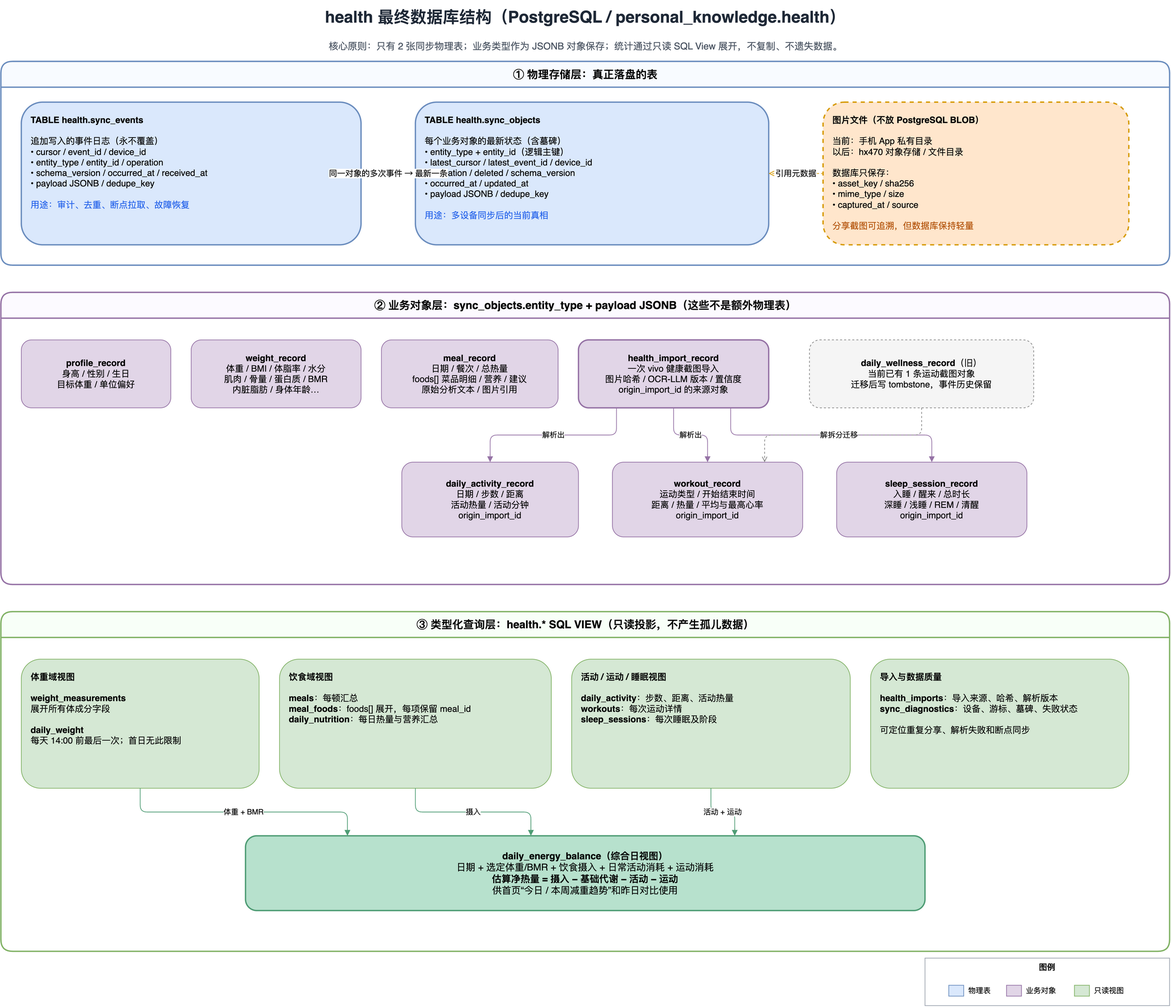
wangyendt/henji keeps this draw.io diagram as docs/health-database-final.drawio.png. Above is the earlier version. Source tidied: cells renumbered, new cells last; positions are measured from the earlier drawing's top-left corner, leaving out a move shared by most shapes.
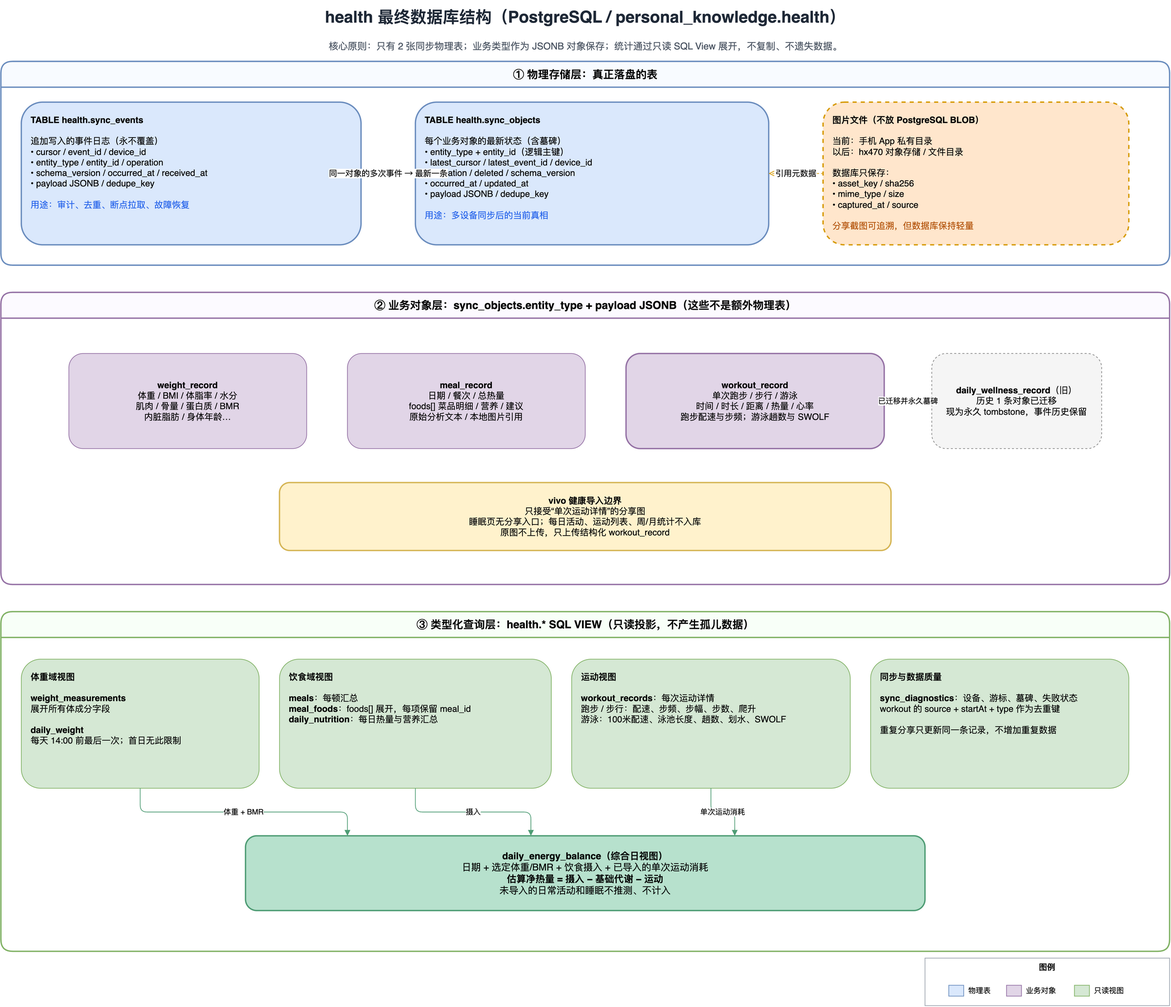
After the commit.

Change to the diagram source:
```diff
@@ -29,40 +29,22 @@
     <mxCell id="10" value="② 业务对象层：sync_objects.entity_type + payload JSONB（这些不是额外物理表）" style="swimlane;startSize=38;rounded=1;html=1;fontSize=16;fontStyle=1;fillColor=#fcfaff;strokeColor=#9673a6;strokeWidth=2;" parent="1" vertex="1">
       <mxGeometry y="430" width="1720" height="430" as="geometry" />
     </mxCell>
-    <mxCell id="11" value="&lt;b&gt;profile_record&lt;/b&gt;&#10;身高 / 性别 / 生日&#10;目标体重 / 单位偏好" style="rounded=1;whiteSpace=wrap;html=1;align=center;verticalAlign=middle;fontSize=13;fillColor=#e1d5e7;strokeColor=#9673a6;" parent="10" vertex="1">
-      <mxGeometry x="30" y="70" width="220" height="100" as="geometry" />
+    <mxCell id="11" value="&lt;b&gt;weight_record&lt;/b&gt;&#10;体重 / BMI / 体脂率 / 水分&#10;肌肉 / 骨量 / 蛋白质 / BMR&#10;内脏脂肪 / 身体年龄…" style="rounded=1;whiteSpace=wrap;html=1;align=center;verticalAlign=middle;fontSize=13;fillColor=#e1d5e7;strokeColor=#9673a6;" parent="10" vertex="1">
+      <mxGeometry x="100" y="90" width="350" height="140" as="geometry" />
     </mxCell>
-    <mxCell id="12" value="&lt;b&gt;weight_record&lt;/b&gt;&#10;体重 / BMI / 体脂率 / 水分&#10;肌肉 / 骨量 / 蛋白质 / BMR&#10;内脏脂肪 / 身体年龄…" style="rounded=1;whiteSpace=wrap;html=1;align=center;verticalAlign=middle;fontSize=13;fillColor=#e1d5e7;strokeColor=#9673a6;" parent="10" vertex="1">
-      <mxGeometry x="280" y="70" width="250" height="100" as="geometry" />
+    <mxCell id="12" value="&lt;b&gt;meal_record&lt;/b&gt;&#10;日期 / 餐次 / 总热量&#10;foods[] 菜品明细 / 营养 / 建议&#10;原始分析文本 / 本地图片引用" style="rounded=1;whiteSpace=wrap;html=1;align=center;verticalAlign=middle;fontSize=13;fillColor=#e1d5e7;strokeColor=#9673a6;" parent="10" vertex="1">
+      <mxGeometry x="510" y="90" width="350" height="140" as="geometry" />
     </mxCell>
-    <mxCell id="13" value="&lt;b&gt;meal_record&lt;/b&gt;&#10;日期 / 餐次 / 总热量&#10;foods[] 菜品明细 / 营养 / 建议&#10;原始分析文本 / 图片引用" style="rounded=1;whiteSpace=wrap;html=1;align=center;verticalAlign=middle;fontSize=13;fillColor=#e1d5e7;strokeColor=#9673a6;" parent="10" vertex="1">
-      <mxGeometry x="560" y="70" width="260" height="100" as="geometry" />
+    <mxCell id="13" value="&lt;b&gt;workout_record&lt;/b&gt;&#10;单次跑步 / 步行 / 游泳&#10;时间 / 时长 / 距离 / 热量 / 心率&#10;跑步配速与步频；游泳趟数与 SWOLF" style="rounded=1;whiteSpace=wrap;html=1;align=center;verticalAlign=middle;fontSize=13;fillColor=#e1d5e7;strokeColor=#9673a6;strokeWidth=2;" parent="10" vertex="1">
+      <mxGeometry x="920" y="90" width="380" height="140" as="geometry" />
     </mxCell>
-    <mxCell id="14" value="&lt;b&gt;health_import_record&lt;/b&gt;&#10;一次 vivo 健康截图导入&#10;图片哈希 / OCR-LLM 版本 / 置信度&#10;origin_import_id 的来源对象" style="rounded=1;whiteSpace=wrap;html=1;align=center;verticalAlign=middle;fontSize=13;fillColor=#e1d5e7;strokeColor=#9673a6;strokeWidth=2;" parent="10" vertex="1">
-      <mxGeometry x="850" y="70" width="280" height="100" as="geometry" />
+    <mxCell id="14" value="&lt;b&gt;vivo 健康导入边界&lt;/b&gt;&#10;只接受“单次运动详情”的分享图&#10;睡眠页无分享入口；每日活动、运动列表、周/月统计不入库&#10;原图不上传，只上传结构化 workout_record" style="rounded=1;whiteSpace=wrap;html=1;align=center;verticalAlign=middle;fontSize=13;fillColor=#fff2cc;strokeColor=#d6b656;strokeWidth=2;" parent="10" vertex="1">
+      <mxGeometry x="410" y="280" width="900" height="100" as="geometry" />
     </mxCell>
-    <mxCell id="15" value="&lt;b&gt;daily_wellness_record&lt;/b&gt;（旧）&#10;当前已有 1 条运动截图对象&#10;迁移后写 tombstone，事件历史保留" style="rounded=1;whiteSpace=wrap;html=1;align=center;verticalAlign=middle;fontSize=13;fillColor=#f5f5f5;strokeColor=#888888;dashed=1;" parent="10" vertex="1">
-      <mxGeometry x="1190" y="70" width="330" height="100" as="geometry" />
+    <mxCell id="15" value="&lt;b&gt;daily_wellness_record&lt;/b&gt;（旧）&#10;历史 1 条对象已迁移&#10;现为永久 tombstone，事件历史保留" style="rounded=1;whiteSpace=wrap;html=1;align=center;verticalAlign=middle;fontSize=13;fillColor=#f5f5f5;strokeColor=#888888;dashed=1;" parent="10" vertex="1">
+      <mxGeometry x="1370" y="90" width="250" height="140" as="geometry" />
     </mxCell>
-    <mxCell id="16" value="&lt;b&gt;daily_activity_record&lt;/b&gt;&#10;日期 / 步数 / 距离&#10;活动热量 / 活动分钟&#10;origin_import_id" style="rounded=1;whiteSpace=wrap;html=1;align=center;verticalAlign=middle;fontSize=13;fillColor=#e1d5e7;strokeColor=#9673a6;" parent="10" vertex="1">
-      <mxGeometry x="590" y="250" width="260" height="110" as="geometry" />
-    </mxCell>
-    <mxCell id="17" value="&lt;b&gt;workout_record&lt;/b&gt;&#10;运动类型 / 开始结束时间&#10;距离 / 热量 / 平均与最高心率&#10;origin_import_id" style="rounded=1;whiteSpace=wrap;html=1;align=center;verticalAlign=middle;fontSize=13;fillColor=#e1d5e7;strokeColor=#9673a6;" parent="10" vertex="1">
-      <mxGeometry x="900" y="250" width="280" height="110" as="geometry" />
-    </mxCell>
-    <mxCell id="18" value="&lt;b&gt;sleep_session_record&lt;/b&gt;&#10;入睡 / 醒来 / 总时长&#10;深睡 / 浅睡 / REM / 清醒&#10;origin_import_id" style="rounded=1;whiteSpace=wrap;html=1;align=center;verticalAlign=middle;fontSize=13;fillColor=#e1d5e7;strokeColor=#9673a6;" parent="10" vertex="1">
-      <mxGeometry x="1230" y="250" width="280" height="110" as="geometry" />
-    </mxCell>
-    <mxCell id="19" value="解析出" style="edgeStyle=orthogonalEdgeStyle;rounded=1;jettySize=auto;html=1;endArrow=block;endFill=1;strokeColor=#9673a6;fontSize=11;labelBackgroundColor=#ffffff;exitX=0.2;exitY=1;entryX=0.5;entryY=0;" parent="10" edge="1" source="14" target="16">
-      <mxGeometry relative="1" as="geometry" />
-    </mxCell>
-    <mxCell id="20" value="解析出" style="edgeStyle=orthogonalEdgeStyle;rounded=1;jettySize=auto;html=1;endArrow=block;endFill=1;strokeColor=#9673a6;fontSize=11;labelBackgroundColor=#ffffff;exitX=0.5;exitY=1;entryX=0.5;entryY=0;" parent="10" edge="1" source="14" target="17">
-      <mxGeometry relative="1" as="geometry" />
-    </mxCell>
-    <mxCell id="21" value="解析出" style="edgeStyle=orthogonalEdgeStyle;rounded=1;jettySize=auto;html=1;endArrow=block;endFill=1;strokeColor=#9673a6;fontSize=11;labelBackgroundColor=#ffffff;exitX=0.8;exitY=1;entryX=0.5;entryY=0;" parent="10" edge="1" source="14" target="18">
-      <mxGeometry relative="1" as="geometry" />
-    </mxCell>
-    <mxCell id="22" value="拆分迁移" style="edgeStyle=orthogonalEdgeStyle;rounded=1;jettySize=auto;html=1;endArrow=open;dashed=1;strokeColor=#888888;fontSize=11;labelBackgroundColor=#ffffff;exitX=0.5;exitY=1;entryX=0.8;entryY=0;" parent="10" edge="1" source="15" target="17">
+    <mxCell id="22" value="已迁移并永久墓碑" style="edgeStyle=orthogonalEdgeStyle;rounded=1;jettySize=auto;html=1;endArrow=open;dashed=1;strokeColor=#888888;fontSize=11;labelBackgroundColor=#ffffff;exitX=0;exitY=0.5;entryX=1;entryY=0.5;" parent="10" edge="1" source="15" target="13">
       <mxGeometry relative="1" as="geometry" />
     </mxCell>
     <mxCell id="23" value="③ 类型化查询层：health.* SQL VIEW（只读投影，不产生孤儿数据）" style="swimlane;startSize=38;rounded=1;html=1;fontSize=16;fontStyle=1;fillColor=#f8fff8;strokeColor=#82b366;strokeWidth=2;" parent="1" vertex="1">
@@ -74,13 +56,13 @@
     <mxCell id="25" value="&lt;b&gt;饮食域视图&lt;/b&gt;&#10;&#10;&lt;b&gt;meals&lt;/b&gt;：每顿汇总&#10;&lt;b&gt;meal_foods&lt;/b&gt;：foods[] 展开，每项保留 meal_id&#10;&lt;b&gt;daily_nutrition&lt;/b&gt;：每日热量与营养汇总" style="rounded=1;whiteSpace=wrap;html=1;align=left;verticalAlign=top;spacing=14;fontSize=13;fillColor=#d5e8d4;strokeColor=#82b366;" parent="23" vertex="1">
       <mxGeometry x="410" y="70" width="400" height="190" as="geometry" />
     </mxCell>
-    <mxCell id="26" value="&lt;b&gt;活动 / 运动 / 睡眠视图&lt;/b&gt;&#10;&#10;&lt;b&gt;daily_activity&lt;/b&gt;：步数、距离、活动热量&#10;&lt;b&gt;workouts&lt;/b&gt;：每次运动详情&#10;&lt;b&gt;sleep_sessions&lt;/b&gt;：每次睡眠及阶段" style="rounded=1;whiteSpace=wrap;html=1;align=left;verticalAlign=top;spacing=14;fontSize=13;fillColor=#d5e8d4;strokeColor=#82b366;" parent="23" vertex="1">
+    <mxCell id="26" value="&lt;b&gt;运动视图&lt;/b&gt;&#10;&#10;&lt;b&gt;workout_records&lt;/b&gt;：每次运动详情&#10;跑步 / 步行：配速、步频、步幅、步数、爬升&#10;游泳：100米配速、泳池长度、趟数、划水、SWOLF" style="rounded=1;whiteSpace=wrap;html=1;align=left;verticalAlign=top;spacing=14;fontSize=13;fillColor=#d5e8d4;strokeColor=#82b366;" parent="23" vertex="1">
       <mxGeometry x="840" y="70" width="410" height="190" as="geometry" />
     </mxCell>
-    <mxCell id="27" value="&lt;b&gt;导入与数据质量&lt;/b&gt;&#10;&#10;&lt;b&gt;health_imports&lt;/b&gt;：导入来源、哈希、解析版本&#10;&lt;b&gt;sync_diagnostics&lt;/b&gt;：设备、游标、墓碑、失败状态&#10;&#10;可定位重复分享、解析失败和断点同步" style="rounded=1;whiteSpace=wrap;html=1;align=left;verticalAlign=top;spacing=14;fontSize=13;fillColor=#d5e8d4;strokeColor=#82b366;" parent="23" vertex="1">
+    <mxCell id="27" value="&lt;b&gt;同步与数据质量&lt;/b&gt;&#10;&#10;&lt;b&gt;sync_diagnostics&lt;/b&gt;：设备、游标、墓碑、失败状态&#10;workout 的 source + startAt + type 作为去重键&#10;&#10;重复分享只更新同一条记录，不增加重复数据" style="rounded=1;whiteSpace=wrap;html=1;align=left;verticalAlign=top;spacing=14;fontSize=13;fillColor=#d5e8d4;strokeColor=#82b366;" parent="23" vertex="1">
       <mxGeometry x="1280" y="70" width="380" height="190" as="geometry" />
     </mxCell>
-    <mxCell id="28" value="&lt;b&gt;daily_energy_balance（综合日视图）&lt;/b&gt;&#10;日期 + 选定体重/BMR + 饮食摄入 + 日常活动消耗 + 运动消耗&#10;&lt;b&gt;估算净热量 = 摄入 − 基础代谢 − 活动 − 运动&lt;/b&gt;&#10;供首页“今日 / 本周减重趋势”和昨日对比使用" style="rounded=1;whiteSpace=wrap;html=1;align=center;verticalAlign=middle;fontSize=14;fillColor=#b7e1cd;strokeColor=#4f9d75;strokeWidth=2;" parent="23" vertex="1">
+    <mxCell id="28" value="&lt;b&gt;daily_energy_balance（综合日视图）&lt;/b&gt;&#10;日期 + 选定体重/BMR + 饮食摄入 + 已导入的单次运动消耗&#10;&lt;b&gt;估算净热量 = 摄入 − 基础代谢 − 运动&lt;/b&gt;&#10;未导入的日常活动和睡眠不推测、不计入" style="rounded=1;whiteSpace=wrap;html=1;align=center;verticalAlign=middle;fontSize=14;fillColor=#b7e1cd;strokeColor=#4f9d75;strokeWidth=2;" parent="23" vertex="1">
       <mxGeometry x="360" y="330" width="1000" height="110" as="geometry" />
     </mxCell>
     <mxCell id="29" value="体重 + BMR" style="edgeStyle=orthogonalEdgeStyle;rounded=1;jettySize=auto;html=1;endArrow=block;endFill=1;strokeColor=#4f9d75;fontSize=11;labelBackgroundColor=#ffffff;exitX=0.5;exitY=1;entryX=0.15;entryY=0;" parent="23" edge="1" source="24" target="28">
@@ -89,7 +71,7 @@
     <mxCell id="30" value="摄入" style="edgeStyle=orthogonalEdgeStyle;rounded=1;jettySize=auto;html=1;endArrow=block;endFill=1;strokeColor=#4f9d75;fontSize=11;labelBackgroundColor=#ffffff;exitX=0.5;exitY=1;entryX=0.42;entryY=0;" parent="23" edge="1" source="25" target="28">
       <mxGeometry relative="1" as="geometry" />
     </mxCell>
-    <mxCell id="31" value="活动 + 运动" style="edgeStyle=orthogonalEdgeStyle;rounded=1;jettySize=auto;html=1;endArrow=block;endFill=1;strokeColor=#4f9d75;fontSize=11;labelBackgroundColor=#ffffff;exitX=0.5;exitY=1;entryX=0.72;entryY=0;" parent="23" edge="1" source="26" target="28">
+    <mxCell id="31" value="单次运动消耗" style="edgeStyle=orthogonalEdgeStyle;rounded=1;jettySize=auto;html=1;endArrow=block;endFill=1;strokeColor=#4f9d75;fontSize=11;labelBackgroundColor=#ffffff;exitX=0.5;exitY=1;entryX=0.72;entryY=0;" parent="23" edge="1" source="26" target="28">
       <mxGeometry relative="1" as="geometry" />
     </mxCell>
     <mxCell id="32" value="图例" style="rounded=0;whiteSpace=wrap;html=1;fillColor=#ffffff;strokeColor=#9ca3af;verticalAlign=top;fontStyle=1;fontSize=12;" parent="1" vertex="1">
```
